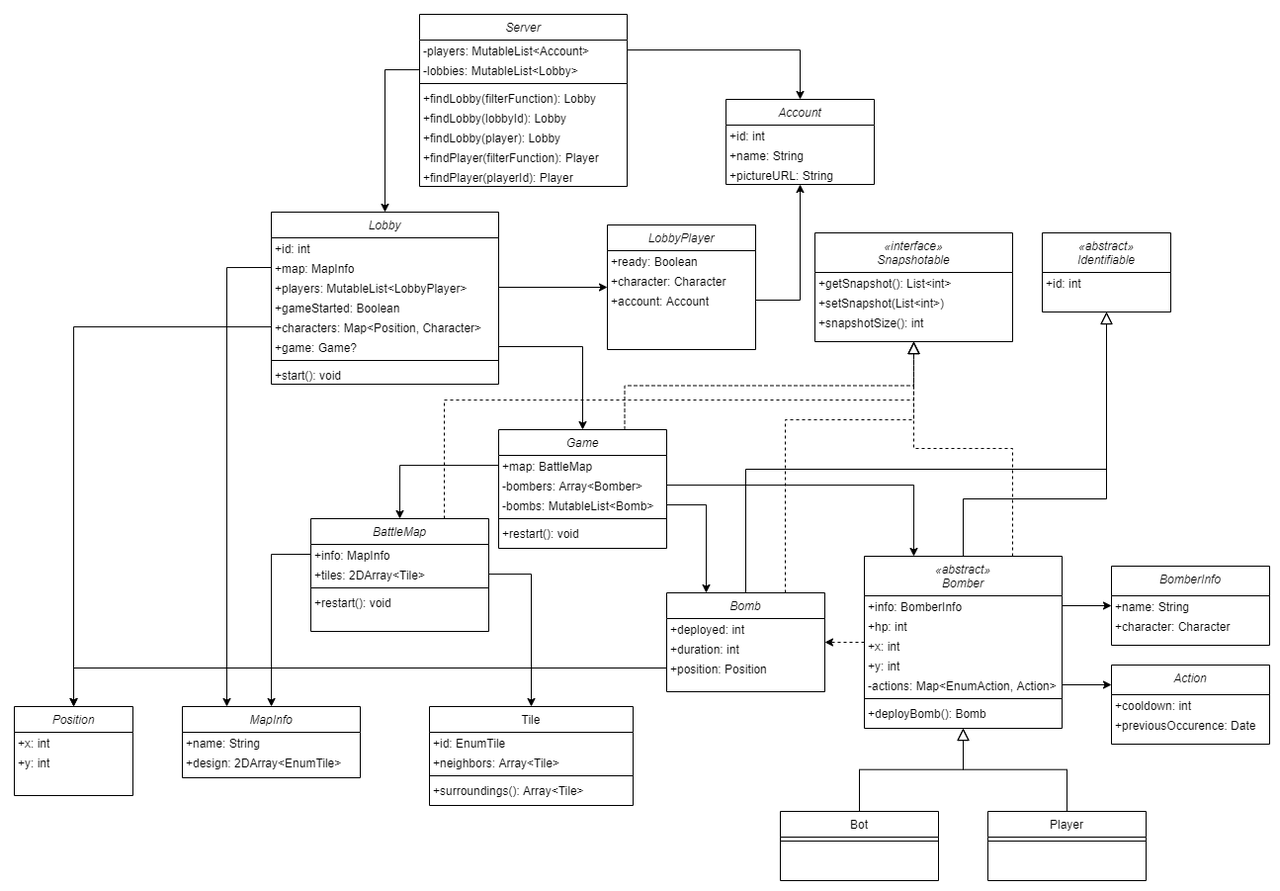
Earlier version of the draw.io export docs/GoGo.png (Darderion/GoGo). Source tidied: cells renumbered, new cells last; positions are measured from the earlier drawing's top-left corner, leaving out a move shared by most shapes.
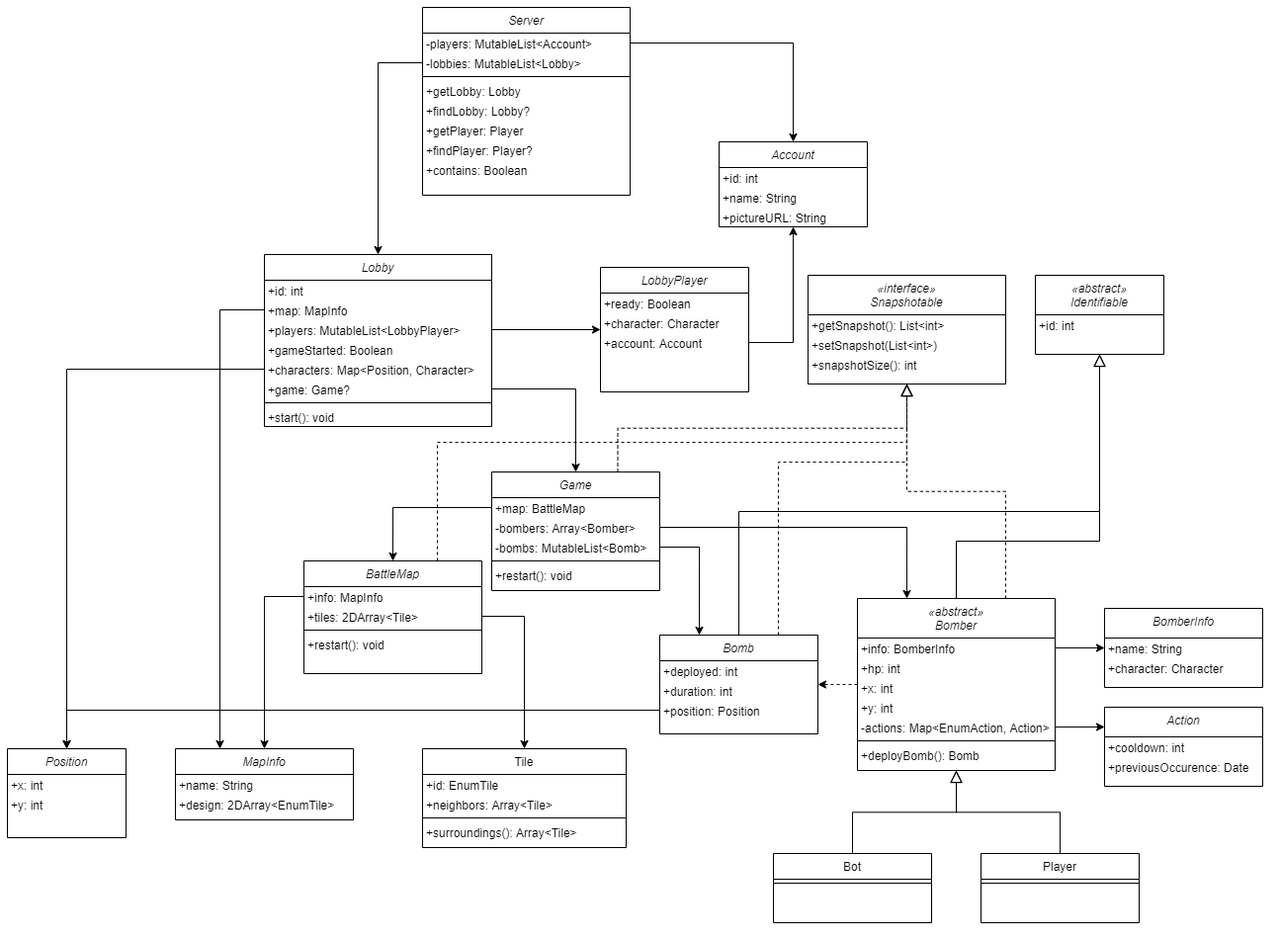
The same diagram one commit later.

The edit, as a diff of the source:
```diff
@@ -90,7 +90,7 @@
       <mxGeometry relative="1" as="geometry" />
     </mxCell>
     <mxCell id="31" value="Server" style="swimlane;fontStyle=2;align=center;verticalAlign=top;horizontal=1;startSize=26;rounded=0;shadow=0;strokeWidth=1;" parent="1" vertex="1">
-      <mxGeometry x="410" width="210" height="174" as="geometry" />
+      <mxGeometry x="420" y="-50" width="210" height="190" as="geometry" />
     </mxCell>
     <mxCell id="32" value="-players: MutableList&lt;Account&gt;" style="text;align=left;verticalAlign=top;spacingLeft=4;spacingRight=4;overflow=hidden;points=[[0,0.5],[1,0.5]];portConstraint=eastwest;spacing=0;" parent="31" vertex="1">
       <mxGeometry y="26" width="210" height="20" as="geometry" />
@@ -101,21 +101,21 @@
     <mxCell id="34" style="line;html=1;strokeWidth=1;align=left;verticalAlign=middle;spacingTop=-1;spacingLeft=3;spacingRight=3;labelPosition=right;" parent="31" vertex="1">
       <mxGeometry y="66" width="210" height="8" as="geometry" />
     </mxCell>
-    <mxCell id="35" value="+findLobby(filterFunction): Lobby" style="text;align=left;verticalAlign=top;spacingLeft=4;spacingRight=4;overflow=hidden;spacing=0;" parent="31" vertex="1">
+    <mxCell id="35" value="+getLobby: Lobby" style="text;align=left;verticalAlign=top;spacingLeft=4;spacingRight=4;overflow=hidden;spacing=0;" parent="31" vertex="1">
       <mxGeometry y="74" width="210" height="20" as="geometry" />
     </mxCell>
-    <mxCell id="36" value="+findLobby(lobbyId): Lobby" style="text;align=left;verticalAlign=top;spacingLeft=4;spacingRight=4;overflow=hidden;spacing=0;" parent="31" vertex="1">
-      <mxGeometry y="94" width="210" height="20" as="geometry" />
-    </mxCell>
-    <mxCell id="37" value="+findLobby(player): Lobby" style="text;align=left;verticalAlign=top;spacingLeft=4;spacingRight=4;overflow=hidden;spacing=0;" parent="31" vertex="1">
-      <mxGeometry y="114" width="210" height="20" as="geometry" />
-    </mxCell>
+    <mxCell id="102" value="+findLobby: Lobby?" style="text;align=left;verticalAlign=top;spacingLeft=4;spacingRight=4;overflow=hidden;spacing=0;" parent="31" vertex="1">
+      <mxGeometry y="94" width="210" height="20" as="geometry" />
+    </mxCell>
-    <mxCell id="38" value="+findPlayer(filterFunction): Player" style="text;align=left;verticalAlign=top;spacingLeft=4;spacingRight=4;overflow=hidden;spacing=0;" parent="31" vertex="1">
-      <mxGeometry y="134" width="210" height="20" as="geometry" />
+    <mxCell id="38" value="+getPlayer: Player" style="text;align=left;verticalAlign=top;spacingLeft=4;spacingRight=4;overflow=hidden;spacing=0;" parent="31" vertex="1">
+      <mxGeometry y="114" width="210" height="20" as="geometry" />
     </mxCell>
-    <mxCell id="39" value="+findPlayer(playerId): Player" style="text;align=left;verticalAlign=top;spacingLeft=4;spacingRight=4;overflow=hidden;spacing=0;" parent="31" vertex="1">
-      <mxGeometry y="154" width="210" height="20" as="geometry" />
-    </mxCell>
+    <mxCell id="103" value="+findPlayer: Player?" style="text;align=left;verticalAlign=top;spacingLeft=4;spacingRight=4;overflow=hidden;spacing=0;" parent="31" vertex="1">
+      <mxGeometry y="134" width="210" height="20" as="geometry" />
+    </mxCell>
+    <mxCell id="104" value="+contains: Boolean" style="text;align=left;verticalAlign=top;spacingLeft=4;spacingRight=4;overflow=hidden;spacing=0;" parent="31" vertex="1">
+      <mxGeometry y="154" width="210" height="20" as="geometry" />
+    </mxCell>
     <mxCell id="40" style="edgeStyle=orthogonalEdgeStyle;rounded=0;jettySize=auto;html=1;" parent="1" edge="1" source="32" target="71">
       <mxGeometry relative="1" as="geometry" />
     </mxCell>
```
